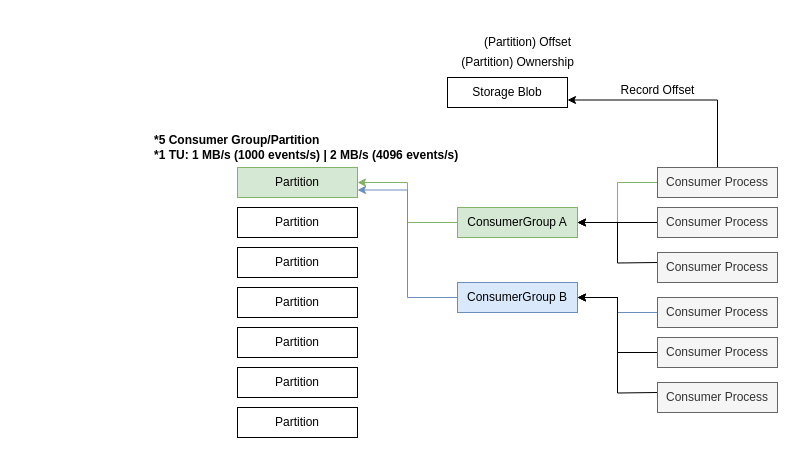
Earlier version of the draw.io diagram page "Eventhub" (3 of 5) of diagram/IoT.drawio (hyukjuns/iot-eventhub-message-processing). Source tidied: cells renumbered, new cells numbered last; positions are measured from the earlier drawing's top-left corner, leaving out a move shared by most shapes. Both pictures are drawn from the tidied source at 100%, with x=0, y=0 at pixel (152, 27).
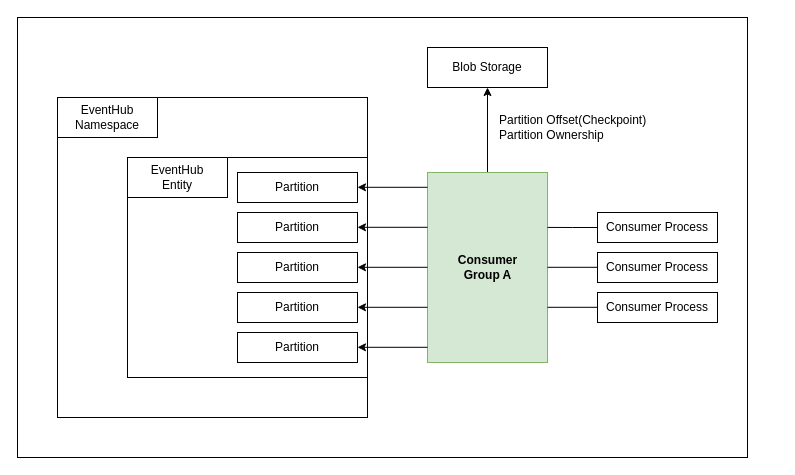
The same page after the edit.

Diff of the diagram source:
```diff
@@
+    <mxCell id="31" style="rounded=0;whiteSpace=wrap;html=1;" parent="1" vertex="1">
+      <mxGeometry x="-135" y="-10" width="730" height="440" as="geometry" />
+    </mxCell>
+    <mxCell id="32" style="rounded=0;whiteSpace=wrap;html=1;" parent="1" vertex="1">
+      <mxGeometry x="-95" y="70" width="310" height="320" as="geometry" />
+    </mxCell>
+    <mxCell id="33" style="rounded=0;whiteSpace=wrap;html=1;" parent="1" vertex="1">
+      <mxGeometry x="-25" y="130" width="240" height="220" as="geometry" />
+    </mxCell>
     <mxCell id="2" value="Partition" style="rounded=0;whiteSpace=wrap;html=1;" parent="1" vertex="1">
-      <mxGeometry x="85" y="220" width="120" height="30" as="geometry" />
+      <mxGeometry x="85" y="225" width="120" height="30" as="geometry" />
     </mxCell>
-    <mxCell id="3" style="edgeStyle=orthogonalEdgeStyle;rounded=0;jettySize=auto;html=1;entryX=1;entryY=0.5;entryDx=0;entryDy=0;fillColor=#d5e8d4;strokeColor=#82b366;" parent="1" edge="1" source="4" target="16">
-      <mxGeometry relative="1" as="geometry" />
-    </mxCell>
+    <mxCell id="34" style="edgeStyle=orthogonalEdgeStyle;rounded=0;jettySize=auto;html=1;" parent="1" edge="1" source="4" target="12">
+      <mxGeometry relative="1" as="geometry" />
+    </mxCell>
-    <mxCell id="4" value="ConsumerGroup A" style="rounded=0;whiteSpace=wrap;html=1;fillColor=#d5e8d4;strokeColor=#82b366;" parent="1" vertex="1">
-      <mxGeometry x="305" y="180" width="120" height="30" as="geometry" />
+    <mxCell id="4" style="rounded=0;whiteSpace=wrap;html=1;fillColor=#d5e8d4;strokeColor=#82b366;" parent="1" vertex="1">
+      <mxGeometry x="275" y="145" width="120" height="190" as="geometry" />
     </mxCell>
-    <mxCell id="5" style="edgeStyle=orthogonalEdgeStyle;rounded=0;jettySize=auto;html=1;entryX=1;entryY=0.5;entryDx=0;entryDy=0;fillColor=#d5e8d4;strokeColor=#82b366;" parent="1" edge="1" source="7" target="4">
-      <mxGeometry relative="1" as="geometry" />
-    </mxCell>
-    <mxCell id="6" style="edgeStyle=orthogonalEdgeStyle;rounded=0;jettySize=auto;html=1;entryX=1;entryY=0.75;entryDx=0;entryDy=0;" parent="1" edge="1" source="7" target="12">
-      <mxGeometry relative="1" as="geometry">
-        <Array as="points">
-          <mxPoint x="565" y="73" />
-        </Array>
-      </mxGeometry>
-    </mxCell>
+    <mxCell id="35" style="edgeStyle=orthogonalEdgeStyle;rounded=0;orthogonalLoop=1;jettySize=auto;html=1;entryX=1;entryY=0.5;entryDx=0;entryDy=0;" parent="1" edge="1">
+      <mxGeometry relative="1" as="geometry">
+        <mxPoint x="275" y="159.8" as="sourcePoint" />
+        <mxPoint x="205" y="159.8" as="targetPoint" />
+      </mxGeometry>
+    </mxCell>
-    <mxCell id="7" value="Consumer Process" style="rounded=0;whiteSpace=wrap;html=1;fillColor=#f5f5f5;strokeColor=#666666;fontColor=#333333;" parent="1" vertex="1">
-      <mxGeometry x="505" y="140" width="120" height="30" as="geometry" />
+    <mxCell id="7" value="Consumer Process" style="rounded=0;whiteSpace=wrap;html=1;" parent="1" vertex="1">
+      <mxGeometry x="445" y="225" width="120" height="30" as="geometry" />
     </mxCell>
-    <mxCell id="8" style="edgeStyle=orthogonalEdgeStyle;rounded=0;jettySize=auto;html=1;entryX=1;entryY=0.5;entryDx=0;entryDy=0;" parent="1" edge="1" source="9" target="4">
-      <mxGeometry relative="1" as="geometry" />
-    </mxCell>
-    <mxCell id="9" value="Consumer Process" style="rounded=0;whiteSpace=wrap;html=1;fillColor=#f5f5f5;fontColor=#333333;strokeColor=#666666;" parent="1" vertex="1">
-      <mxGeometry x="505" y="180" width="120" height="30" as="geometry" />
+    <mxCell id="9" value="Consumer Process" style="rounded=0;whiteSpace=wrap;html=1;" parent="1" vertex="1">
+      <mxGeometry x="445" y="265" width="120" height="30" as="geometry" />
     </mxCell>
-    <mxCell id="10" style="edgeStyle=orthogonalEdgeStyle;rounded=0;jettySize=auto;html=1;entryX=1;entryY=0.5;entryDx=0;entryDy=0;" parent="1" edge="1" target="4">
-      <mxGeometry relative="1" as="geometry">
-        <mxPoint x="505" y="235" as="sourcePoint" />
-      </mxGeometry>
-    </mxCell>
-    <mxCell id="11" value="Consumer Process" style="rounded=0;whiteSpace=wrap;html=1;fillColor=#f5f5f5;fontColor=#333333;strokeColor=#666666;" parent="1" vertex="1">
-      <mxGeometry x="505" y="225" width="120" height="30" as="geometry" />
-    </mxCell>
-    <mxCell id="12" value="Storage Blob" style="rounded=0;whiteSpace=wrap;html=1;" parent="1" vertex="1">
-      <mxGeometry x="295" y="50" width="120" height="30" as="geometry" />
+    <mxCell id="12" value="Blob Storage" style="rounded=0;whiteSpace=wrap;html=1;" parent="1" vertex="1">
+      <mxGeometry x="275" y="20" width="120" height="40" as="geometry" />
     </mxCell>
-    <mxCell id="13" value="(Partition) Offset" style="text;html=1;align=center;verticalAlign=middle;strokeColor=none;fillColor=none;" parent="1" vertex="1">
-      <mxGeometry x="320" width="110" height="30" as="geometry" />
+    <mxCell id="13" value="Partition Offset(Checkpoint)&lt;div&gt;Partition Ownership&lt;/div&gt;" style="text;html=1;align=left;verticalAlign=middle;strokeColor=none;fillColor=none;" parent="1" vertex="1">
+      <mxGeometry x="345" y="80" width="170" height="40" as="geometry" />
     </mxCell>
-    <mxCell id="14" value="(Partition) Ownership" style="text;html=1;align=center;verticalAlign=middle;strokeColor=none;fillColor=none;" parent="1" vertex="1">
-      <mxGeometry x="295" y="20" width="140" height="30" as="geometry" />
-    </mxCell>
     <mxCell id="15" value="Partition" style="rounded=0;whiteSpace=wrap;html=1;" parent="1" vertex="1">
-      <mxGeometry x="85" y="180" width="120" height="30" as="geometry" />
+      <mxGeometry x="85" y="185" width="120" height="30" as="geometry" />
     </mxCell>
-    <mxCell id="16" value="Partition" style="rounded=0;whiteSpace=wrap;html=1;fillColor=#d5e8d4;strokeColor=#82b366;" parent="1" vertex="1">
-      <mxGeometry x="85" y="140" width="120" height="30" as="geometry" />
+    <mxCell id="16" value="Partition" style="rounded=0;whiteSpace=wrap;html=1;" parent="1" vertex="1">
+      <mxGeometry x="85" y="145" width="120" height="30" as="geometry" />
     </mxCell>
-    <mxCell id="17" style="edgeStyle=orthogonalEdgeStyle;rounded=0;jettySize=auto;html=1;entryX=1;entryY=0.75;entryDx=0;entryDy=0;fillColor=#dae8fc;strokeColor=#6c8ebf;" parent="1" edge="1" source="18" target="16">
-      <mxGeometry relative="1" as="geometry" />
-    </mxCell>
-    <mxCell id="18" value="ConsumerGroup B" style="rounded=0;whiteSpace=wrap;html=1;fillColor=#dae8fc;strokeColor=#6c8ebf;" parent="1" vertex="1">
-      <mxGeometry x="305" y="255" width="120" height="30" as="geometry" />
-    </mxCell>
-    <mxCell id="19" style="edgeStyle=orthogonalEdgeStyle;rounded=0;jettySize=auto;html=1;entryX=1;entryY=0.5;entryDx=0;entryDy=0;fillColor=#dae8fc;strokeColor=#6c8ebf;" parent="1" edge="1" source="20" target="18">
-      <mxGeometry relative="1" as="geometry" />
-    </mxCell>
-    <mxCell id="20" value="Consumer Process" style="rounded=0;whiteSpace=wrap;html=1;fillColor=#f5f5f5;strokeColor=#666666;fontColor=#333333;" parent="1" vertex="1">
-      <mxGeometry x="505" y="270" width="120" height="30" as="geometry" />
-    </mxCell>
-    <mxCell id="21" style="edgeStyle=orthogonalEdgeStyle;rounded=0;jettySize=auto;html=1;entryX=1;entryY=0.5;entryDx=0;entryDy=0;" parent="1" edge="1" source="22" target="18">
-      <mxGeometry relative="1" as="geometry" />
-    </mxCell>
-    <mxCell id="22" value="Consumer Process" style="rounded=0;whiteSpace=wrap;html=1;fillColor=#f5f5f5;fontColor=#333333;strokeColor=#666666;" parent="1" vertex="1">
-      <mxGeometry x="505" y="310" width="120" height="30" as="geometry" />
-    </mxCell>
-    <mxCell id="23" style="edgeStyle=orthogonalEdgeStyle;rounded=0;jettySize=auto;html=1;entryX=1;entryY=0.5;entryDx=0;entryDy=0;" parent="1" edge="1" target="18">
-      <mxGeometry relative="1" as="geometry">
-        <mxPoint x="505" y="365" as="sourcePoint" />
-      </mxGeometry>
-    </mxCell>
-    <mxCell id="24" value="Consumer Process" style="rounded=0;whiteSpace=wrap;html=1;fillColor=#f5f5f5;fontColor=#333333;strokeColor=#666666;" parent="1" vertex="1">
-      <mxGeometry x="505" y="355" width="120" height="30" as="geometry" />
-    </mxCell>
     <mxCell id="25" value="Partition" style="rounded=0;whiteSpace=wrap;html=1;" parent="1" vertex="1">
-      <mxGeometry x="85" y="260" width="120" height="30" as="geometry" />
+      <mxGeometry x="85" y="265" width="120" height="30" as="geometry" />
     </mxCell>
-    <mxCell id="26" value="Partition" style="rounded=0;whiteSpace=wrap;html=1;" parent="1" vertex="1">
-      <mxGeometry x="85" y="300" width="120" height="30" as="geometry" />
-    </mxCell>
-    <mxCell id="27" value="Partition" style="rounded=0;whiteSpace=wrap;html=1;" parent="1" vertex="1">
-      <mxGeometry x="85" y="340" width="120" height="30" as="geometry" />
-    </mxCell>
-    <mxCell id="28" value="Partition" style="rounded=0;whiteSpace=wrap;html=1;" parent="1" vertex="1">
-      <mxGeometry x="85" y="380" width="120" height="30" as="geometry" />
-    </mxCell>
-    <mxCell id="29" value="Record Offset" style="text;html=1;align=center;verticalAlign=middle;strokeColor=none;fillColor=none;" parent="1" vertex="1">
-      <mxGeometry x="455" y="48" width="100" height="30" as="geometry" />
-    </mxCell>
-    <mxCell id="30" value="*5 Consumer Group/Partition&lt;div&gt;*1 TU: 1 MB/s (1000 events/s) | 2 MB/s (4096 events/s)&lt;/div&gt;" style="text;html=1;align=left;verticalAlign=middle;strokeColor=none;fillColor=none;fontStyle=1;" parent="1" vertex="1">
-      <mxGeometry y="100" width="320" height="40" as="geometry" />
-    </mxCell>
+    <mxCell id="36" value="EventHub&lt;div&gt;Entity&lt;/div&gt;" style="rounded=0;whiteSpace=wrap;html=1;" parent="1" vertex="1">
+      <mxGeometry x="-25" y="130" width="100" height="40" as="geometry" />
+    </mxCell>
+    <mxCell id="37" value="EventHub&lt;div&gt;Namespace&lt;/div&gt;" style="rounded=0;whiteSpace=wrap;html=1;" parent="1" vertex="1">
+      <mxGeometry x="-95" y="70" width="100" height="40" as="geometry" />
+    </mxCell>
+    <mxCell id="38" value="&lt;span style=&quot;text-wrap-mode: wrap;&quot;&gt;Consumer Group A&lt;/span&gt;" style="text;html=1;align=center;verticalAlign=middle;strokeColor=none;fillColor=none;fontStyle=1;" parent="1" vertex="1">
+      <mxGeometry x="270" y="225" width="130" height="30" as="geometry" />
+    </mxCell>
+    <mxCell id="39" value="Consumer Process" style="rounded=0;whiteSpace=wrap;html=1;" parent="1" vertex="1">
+      <mxGeometry x="445" y="185" width="120" height="30" as="geometry" />
+    </mxCell>
+    <mxCell id="40" value="Partition" style="rounded=0;whiteSpace=wrap;html=1;" parent="1" vertex="1">
+      <mxGeometry x="85" y="305" width="120" height="30" as="geometry" />
+    </mxCell>
+    <mxCell id="41" style="edgeStyle=orthogonalEdgeStyle;rounded=0;orthogonalLoop=1;jettySize=auto;html=1;entryX=1;entryY=0.5;entryDx=0;entryDy=0;" parent="1" edge="1">
+      <mxGeometry relative="1" as="geometry">
+        <mxPoint x="275" y="199.8" as="sourcePoint" />
+        <mxPoint x="205" y="199.8" as="targetPoint" />
+      </mxGeometry>
+    </mxCell>
+    <mxCell id="42" style="edgeStyle=orthogonalEdgeStyle;rounded=0;orthogonalLoop=1;jettySize=auto;html=1;entryX=1;entryY=0.5;entryDx=0;entryDy=0;" parent="1" edge="1">
+      <mxGeometry relative="1" as="geometry">
+        <mxPoint x="275" y="239.8" as="sourcePoint" />
+        <mxPoint x="205" y="239.8" as="targetPoint" />
+      </mxGeometry>
+    </mxCell>
+    <mxCell id="43" style="edgeStyle=orthogonalEdgeStyle;rounded=0;orthogonalLoop=1;jettySize=auto;html=1;entryX=1;entryY=0.5;entryDx=0;entryDy=0;" parent="1" edge="1">
+      <mxGeometry relative="1" as="geometry">
+        <mxPoint x="275" y="279.8" as="sourcePoint" />
+        <mxPoint x="205" y="279.8" as="targetPoint" />
+      </mxGeometry>
+    </mxCell>
+    <mxCell id="44" style="edgeStyle=orthogonalEdgeStyle;rounded=0;orthogonalLoop=1;jettySize=auto;html=1;entryX=1;entryY=0.5;entryDx=0;entryDy=0;" parent="1" edge="1">
+      <mxGeometry relative="1" as="geometry">
+        <mxPoint x="275" y="319.8" as="sourcePoint" />
+        <mxPoint x="205" y="319.8" as="targetPoint" />
+      </mxGeometry>
+    </mxCell>
+    <mxCell id="45" style="edgeStyle=orthogonalEdgeStyle;rounded=0;jettySize=auto;html=1;entryX=1;entryY=0.289;entryDx=0;entryDy=0;entryPerimeter=0;endArrow=none;startFill=0;" parent="1" edge="1" source="39" target="4">
+      <mxGeometry relative="1" as="geometry" />
+    </mxCell>
+    <mxCell id="46" style="edgeStyle=orthogonalEdgeStyle;rounded=0;orthogonalLoop=1;jettySize=auto;html=1;entryX=1;entryY=0.289;entryDx=0;entryDy=0;entryPerimeter=0;endArrow=none;startFill=0;" parent="1" edge="1">
+      <mxGeometry relative="1" as="geometry">
+        <mxPoint x="445" y="239.8" as="sourcePoint" />
+        <mxPoint x="395" y="239.8" as="targetPoint" />
+      </mxGeometry>
+    </mxCell>
+    <mxCell id="47" style="edgeStyle=orthogonalEdgeStyle;rounded=0;orthogonalLoop=1;jettySize=auto;html=1;entryX=1;entryY=0.289;entryDx=0;entryDy=0;entryPerimeter=0;endArrow=none;startFill=0;" parent="1" edge="1">
+      <mxGeometry relative="1" as="geometry">
+        <mxPoint x="445" y="279.8" as="sourcePoint" />
+        <mxPoint x="395" y="279.8" as="targetPoint" />
+      </mxGeometry>
+    </mxCell>
```
